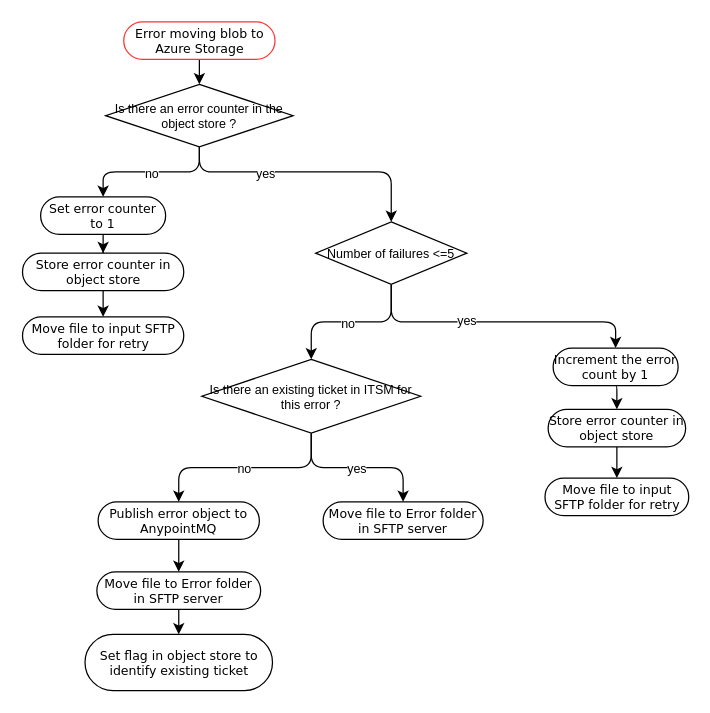
This is page "Error case 3" (12 of 18) of Copy of eInvoicing API Led.drawio from ahernandez1129/anypoint, a draw.io file, before an edit. Source tidied: cells renumbered, new cells numbered last; positions are measured from the earlier drawing's top-left corner, leaving out a move shared by most shapes. Both pictures are drawn from the tidied source at 125%, with x=0, y=0 at pixel (22, 21).
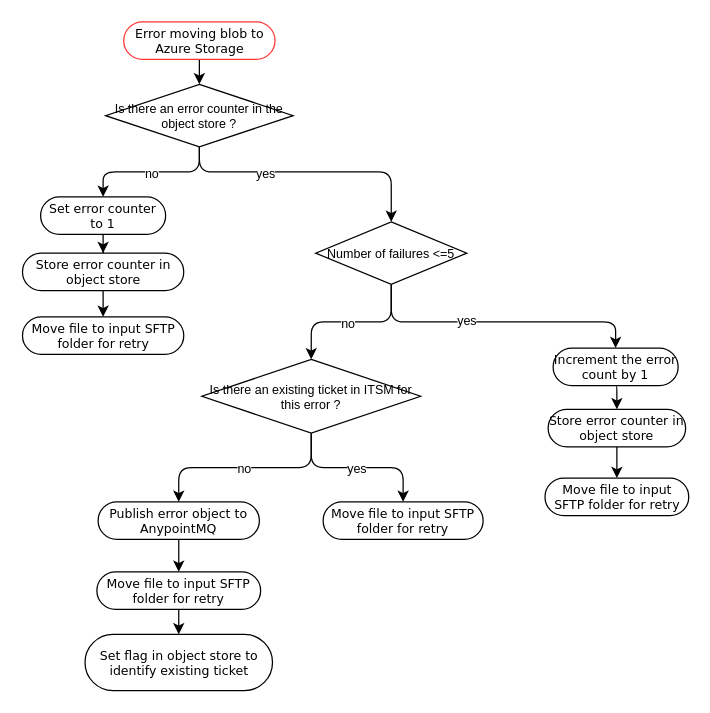
The same diagram, later.

What changed in the source:
```diff
@@
-    <mxCell id="22" value="Move file to Error folder in SFTP server" style="rounded=1;whiteSpace=wrap;html=1;shadow=0;comic=0;labelBackgroundColor=none;strokeColor=#000000;strokeWidth=1;fillColor=#ffffff;fontFamily=Verdana;fontSize=10;fontColor=#000000;align=center;arcSize=50;" parent="1" vertex="1">
+    <mxCell id="22" value="Move file to input SFTP folder for retry" style="rounded=1;whiteSpace=wrap;html=1;shadow=0;comic=0;labelBackgroundColor=none;strokeColor=#000000;strokeWidth=1;fillColor=#ffffff;fontFamily=Verdana;fontSize=10;fontColor=#000000;align=center;arcSize=50;" parent="1" vertex="1">
       <mxGeometry x="240" y="384" width="128" height="30" as="geometry" />
     </mxCell>
@@
-    <mxCell id="26" value="&lt;span style=&quot;font-size: 10px&quot;&gt;Move file to Error folder in SFTP server&lt;/span&gt;" style="rounded=1;whiteSpace=wrap;html=1;shadow=0;comic=0;labelBackgroundColor=none;strokeColor=#000000;strokeWidth=1;fillColor=#ffffff;fontFamily=Verdana;fontSize=10;fontColor=#000000;align=center;arcSize=50;" parent="1" vertex="1">
+    <mxCell id="26" value="Move file to input SFTP folder for retry" style="rounded=1;whiteSpace=wrap;html=1;shadow=0;comic=0;labelBackgroundColor=none;strokeColor=#000000;strokeWidth=1;fillColor=#ffffff;fontFamily=Verdana;fontSize=10;fontColor=#000000;align=center;arcSize=50;" parent="1" vertex="1">
       <mxGeometry x="59" y="440" width="131" height="30" as="geometry" />
     </mxCell>
```
